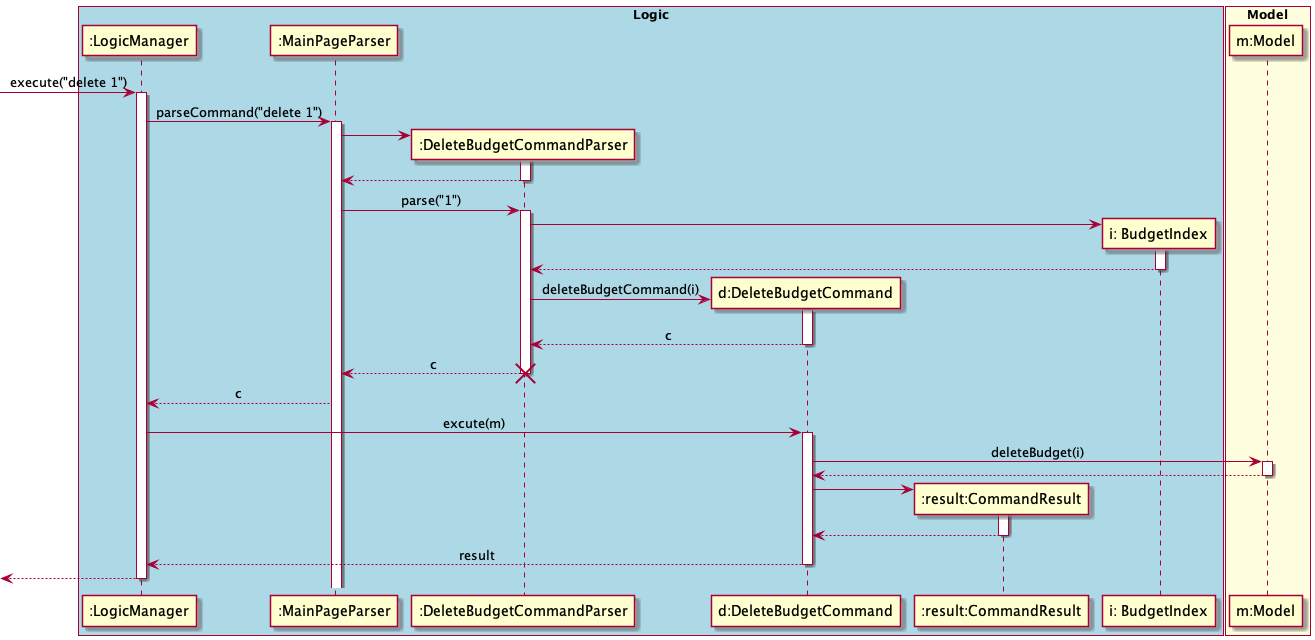
Earlier version of the PlantUML export docs/diagrams/commandsPlantUML/diagram/DeleteBudgetCommand.png (yu-ming-chen/tp).
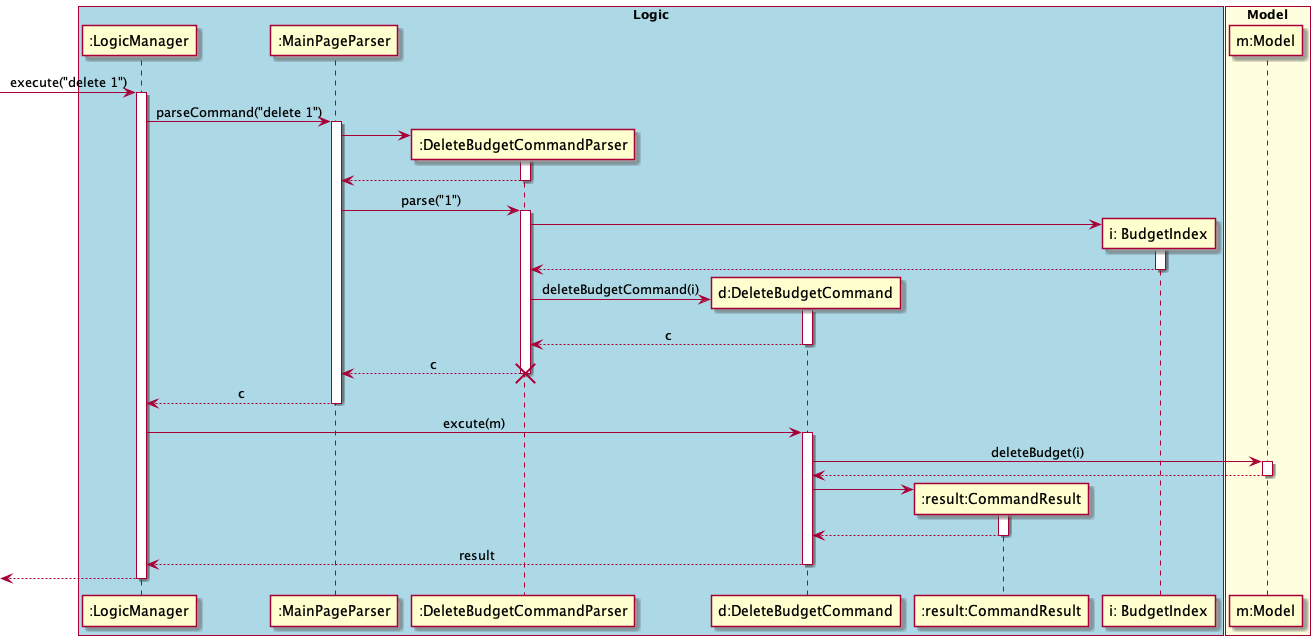
The same diagram one commit later.

What changed in the source:
```diff
@@ -44,6 +44,7 @@
 deactivate DBCP
 destroy DBCP
 LM <-- MPP : c
+deactivate MPP
 
 LM -> DBC: excute(m)
 activate DBC
```
